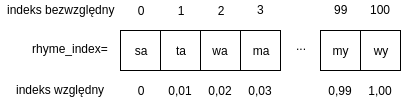
Above: rhyme_index_diagram.png in jezonek/rapping-neural-network (draw.io), before the change. Source tidied: cells renumbered, new cells last; positions are measured from the earlier drawing's top-left corner, leaving out a move shared by most shapes. The source it was exported from:
```xml
<mxGraphModel>
  <root>
    <mxCell id="0" />
    <mxCell id="1" parent="0" />
    <mxCell id="2" style="whiteSpace=wrap;html=1;" parent="1" vertex="1">
      <mxGeometry x="120" y="30" width="40" height="40" as="geometry" />
    </mxCell>
    <mxCell id="3" style="whiteSpace=wrap;html=1;" parent="1" vertex="1">
      <mxGeometry x="160" y="30" width="40" height="40" as="geometry" />
    </mxCell>
    <mxCell id="4" style="whiteSpace=wrap;html=1;" parent="1" vertex="1">
      <mxGeometry x="200" y="30" width="40" height="40" as="geometry" />
    </mxCell>
    <mxCell id="5" value="ma" style="whiteSpace=wrap;html=1;" parent="1" vertex="1">
      <mxGeometry x="240" y="30" width="40" height="40" as="geometry" />
    </mxCell>
    <mxCell id="6" value="..." style="text;html=1;strokeColor=none;fillColor=none;align=center;verticalAlign=middle;whiteSpace=wrap;rounded=0;" parent="1" vertex="1">
      <mxGeometry x="280" y="30" width="40" height="30" as="geometry" />
    </mxCell>
    <mxCell id="7" value="my" style="whiteSpace=wrap;html=1;" parent="1" vertex="1">
      <mxGeometry x="320" y="30" width="40" height="40" as="geometry" />
    </mxCell>
    <mxCell id="8" value="wy" style="whiteSpace=wrap;html=1;" parent="1" vertex="1">
      <mxGeometry x="360" y="30" width="40" height="40" as="geometry" />
    </mxCell>
    <mxCell id="9" value="0" style="text;html=1;strokeColor=none;fillColor=none;align=center;verticalAlign=middle;whiteSpace=wrap;rounded=0;" parent="1" vertex="1">
      <mxGeometry x="130" width="20" height="20" as="geometry" />
    </mxCell>
    <mxCell id="10" value="1" style="text;html=1;strokeColor=none;fillColor=none;align=center;verticalAlign=middle;whiteSpace=wrap;rounded=0;" parent="1" vertex="1">
      <mxGeometry x="170" width="20" height="20" as="geometry" />
    </mxCell>
    <mxCell id="11" value="2" style="text;html=1;strokeColor=none;fillColor=none;align=center;verticalAlign=middle;whiteSpace=wrap;rounded=0;" parent="1" vertex="1">
      <mxGeometry x="210" width="20" height="20" as="geometry" />
    </mxCell>
    <mxCell id="12" value="3" style="text;html=1;align=center;verticalAlign=top;spacingTop=-4;" parent="1" vertex="1">
      <mxGeometry x="250" width="20" height="20" as="geometry" />
    </mxCell>
    <mxCell id="13" value="99" style="text;html=1;align=center;verticalAlign=top;spacingTop=-4;" parent="1" vertex="1">
      <mxGeometry x="325" width="30" height="20" as="geometry" />
    </mxCell>
    <mxCell id="14" value="100" style="text;html=1;align=center;verticalAlign=top;spacingTop=-4;" parent="1" vertex="1">
      <mxGeometry x="360" width="40" height="20" as="geometry" />
    </mxCell>
    <mxCell id="15" value="sa" style="text;html=1;strokeColor=none;fillColor=none;align=center;verticalAlign=middle;whiteSpace=wrap;rounded=0;" parent="1" vertex="1">
      <mxGeometry x="130" y="40" width="20" height="20" as="geometry" />
    </mxCell>
    <mxCell id="16" value="ta" style="text;html=1;strokeColor=none;fillColor=none;align=center;verticalAlign=middle;whiteSpace=wrap;rounded=0;" parent="1" vertex="1">
      <mxGeometry x="170" y="40" width="20" height="20" as="geometry" />
    </mxCell>
    <mxCell id="17" value="wa" style="text;html=1;strokeColor=none;fillColor=none;align=center;verticalAlign=middle;whiteSpace=wrap;rounded=0;" parent="1" vertex="1">
      <mxGeometry x="210" y="40" width="20" height="20" as="geometry" />
    </mxCell>
    <mxCell id="18" value="0" style="text;html=1;strokeColor=none;fillColor=none;align=center;verticalAlign=middle;whiteSpace=wrap;rounded=0;" parent="1" vertex="1">
      <mxGeometry x="130" y="80" width="20" height="20" as="geometry" />
    </mxCell>
    <mxCell id="19" value="0,01" style="text;html=1;strokeColor=none;fillColor=none;align=center;verticalAlign=middle;whiteSpace=wrap;rounded=0;" parent="1" vertex="1">
      <mxGeometry x="170" y="80" width="20" height="20" as="geometry" />
    </mxCell>
    <mxCell id="20" value="0,02" style="text;html=1;strokeColor=none;fillColor=none;align=center;verticalAlign=middle;whiteSpace=wrap;rounded=0;" parent="1" vertex="1">
      <mxGeometry x="210" y="80" width="20" height="20" as="geometry" />
    </mxCell>
    <mxCell id="21" value="0,03" style="text;html=1;strokeColor=none;fillColor=none;align=center;verticalAlign=middle;whiteSpace=wrap;rounded=0;" parent="1" vertex="1">
      <mxGeometry x="250" y="80" width="20" height="20" as="geometry" />
    </mxCell>
    <mxCell id="22" value="0,99" style="text;html=1;strokeColor=none;fillColor=none;align=center;verticalAlign=middle;whiteSpace=wrap;rounded=0;" parent="1" vertex="1">
      <mxGeometry x="330" y="80" width="20" height="20" as="geometry" />
    </mxCell>
    <mxCell id="23" value="1,00" style="text;html=1;strokeColor=none;fillColor=none;align=center;verticalAlign=middle;whiteSpace=wrap;rounded=0;" parent="1" vertex="1">
      <mxGeometry x="370" y="80" width="20" height="20" as="geometry" />
    </mxCell>
    <mxCell id="24" value="rhyme_index=" style="text;html=1;align=left;verticalAlign=top;spacingTop=-4;" parent="1" vertex="1">
      <mxGeometry x="30" y="39" width="90" height="20" as="geometry" />
    </mxCell>
    <mxCell id="25" value="indeks bezwzględny" style="text;html=1;align=center;verticalAlign=top;spacingTop=-4;" parent="1" vertex="1">
      <mxGeometry width="120" height="20" as="geometry" />
    </mxCell>
    <mxCell id="26" value="indeks względny" style="text;html=1;align=center;verticalAlign=top;spacingTop=-4;" parent="1" vertex="1">
      <mxGeometry x="10" y="80" width="100" height="20" as="geometry" />
    </mxCell>
  </root>
</mxGraphModel>
```
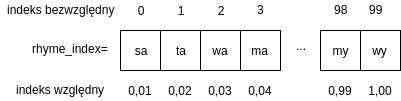
After the change.

What changed in the source:
```diff
@@ -35,11 +35,11 @@
     <mxCell id="12" value="3" style="text;html=1;align=center;verticalAlign=top;spacingTop=-4;" parent="1" vertex="1">
       <mxGeometry x="250" width="20" height="20" as="geometry" />
     </mxCell>
-    <mxCell id="13" value="99" style="text;html=1;align=center;verticalAlign=top;spacingTop=-4;" parent="1" vertex="1">
+    <mxCell id="13" value="98" style="text;html=1;align=center;verticalAlign=top;spacingTop=-4;" parent="1" vertex="1">
       <mxGeometry x="325" width="30" height="20" as="geometry" />
     </mxCell>
-    <mxCell id="14" value="100" style="text;html=1;align=center;verticalAlign=top;spacingTop=-4;" parent="1" vertex="1">
-      <mxGeometry x="360" width="40" height="20" as="geometry" />
+    <mxCell id="14" value="99" style="text;html=1;align=center;verticalAlign=top;spacingTop=-4;" parent="1" vertex="1">
+      <mxGeometry x="360" width="30" height="20" as="geometry" />
     </mxCell>
     <mxCell id="15" value="sa" style="text;html=1;strokeColor=none;fillColor=none;align=center;verticalAlign=middle;whiteSpace=wrap;rounded=0;" parent="1" vertex="1">
       <mxGeometry x="130" y="40" width="20" height="20" as="geometry" />
@@ -50,17 +50,14 @@
     <mxCell id="17" value="wa" style="text;html=1;strokeColor=none;fillColor=none;align=center;verticalAlign=middle;whiteSpace=wrap;rounded=0;" parent="1" vertex="1">
       <mxGeometry x="210" y="40" width="20" height="20" as="geometry" />
     </mxCell>
-    <mxCell id="18" value="0" style="text;html=1;strokeColor=none;fillColor=none;align=center;verticalAlign=middle;whiteSpace=wrap;rounded=0;" parent="1" vertex="1">
-      <mxGeometry x="130" y="80" width="20" height="20" as="geometry" />
-    </mxCell>
     <mxCell id="19" value="0,01" style="text;html=1;strokeColor=none;fillColor=none;align=center;verticalAlign=middle;whiteSpace=wrap;rounded=0;" parent="1" vertex="1">
-      <mxGeometry x="170" y="80" width="20" height="20" as="geometry" />
+      <mxGeometry x="130" y="80" width="20" height="20" as="geometry" />
     </mxCell>
     <mxCell id="20" value="0,02" style="text;html=1;strokeColor=none;fillColor=none;align=center;verticalAlign=middle;whiteSpace=wrap;rounded=0;" parent="1" vertex="1">
-      <mxGeometry x="210" y="80" width="20" height="20" as="geometry" />
+      <mxGeometry x="170" y="80" width="20" height="20" as="geometry" />
     </mxCell>
     <mxCell id="21" value="0,03" style="text;html=1;strokeColor=none;fillColor=none;align=center;verticalAlign=middle;whiteSpace=wrap;rounded=0;" parent="1" vertex="1">
-      <mxGeometry x="250" y="80" width="20" height="20" as="geometry" />
+      <mxGeometry x="210" y="80" width="20" height="20" as="geometry" />
     </mxCell>
     <mxCell id="22" value="0,99" style="text;html=1;strokeColor=none;fillColor=none;align=center;verticalAlign=middle;whiteSpace=wrap;rounded=0;" parent="1" vertex="1">
       <mxGeometry x="330" y="80" width="20" height="20" as="geometry" />
@@ -77,5 +74,8 @@
     <mxCell id="26" value="indeks względny" style="text;html=1;align=center;verticalAlign=top;spacingTop=-4;" parent="1" vertex="1">
       <mxGeometry x="10" y="80" width="100" height="20" as="geometry" />
     </mxCell>
+    <mxCell id="27" value="0,04" style="text;html=1;strokeColor=none;fillColor=none;align=center;verticalAlign=middle;whiteSpace=wrap;rounded=0;" parent="1" vertex="1">
+      <mxGeometry x="250" y="80" width="20" height="20" as="geometry" />
+    </mxCell>
   </root>
 </mxGraphModel>
```
